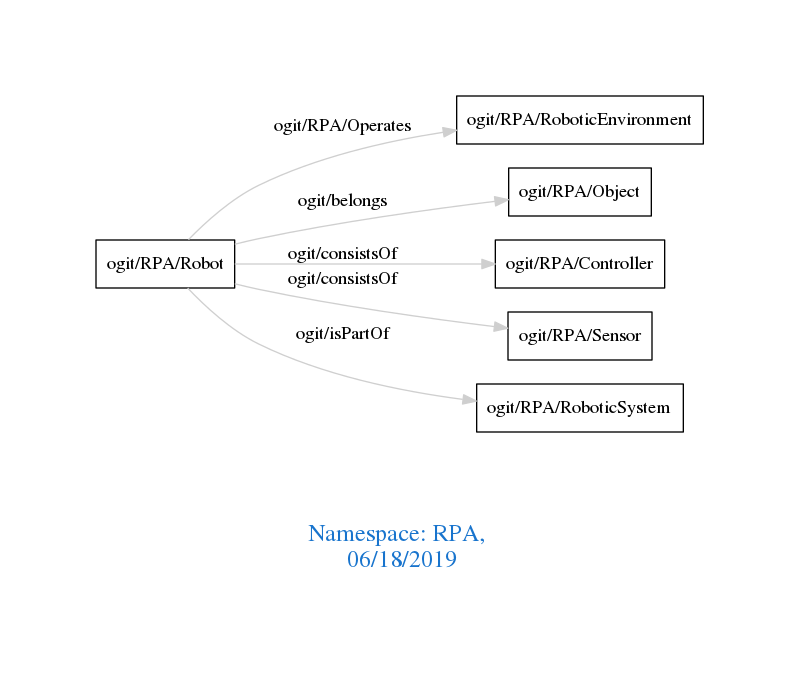
The Graphviz diagram downloads/RPA.png in arago/OGIT, before a commit. Its source is kept beside it as downloads/RPA.dot. The source it was exported from:
```dot
digraph OGIT_ontology {
 graph [ rankdir= LR,pad=1
fontsize = 18,
fontcolor= dodgerblue3,label = "\n\n\nNamespace: RPA, \n 06/18/2019"];
node[shape=polygon];
edge [  color="gray81"];

   "ogit/RPA/Robot" -> "ogit/RPA/RoboticEnvironment" [label="   ogit/RPA/Operates    "];
   "ogit/RPA/Robot" -> "ogit/RPA/Object" [label="   ogit/belongs    "];
   "ogit/RPA/Robot" -> "ogit/RPA/Controller" [label="   ogit/consistsOf    "];
   "ogit/RPA/Robot" -> "ogit/RPA/Sensor" [label="   ogit/consistsOf    "];
   "ogit/RPA/Robot" -> "ogit/RPA/RoboticSystem" [label="   ogit/isPartOf    "];
}
```
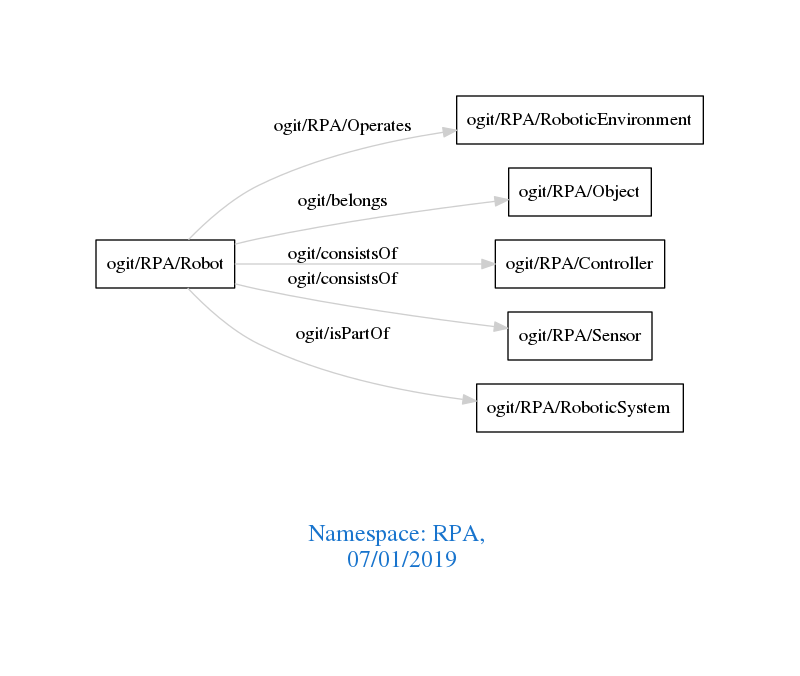
After the change.

The edit, as a diff of the source:
```diff
@@ -1,7 +1,7 @@
 digraph OGIT_ontology {
  graph [ rankdir= LR,pad=1
 fontsize = 18,
-fontcolor= dodgerblue3,label = "\n\n\nNamespace: RPA, \n 06/18/2019"];
+fontcolor= dodgerblue3,label = "\n\n\nNamespace: RPA, \n 07/01/2019"];
 node[shape=polygon];
 edge [  color="gray81"];
 
```
